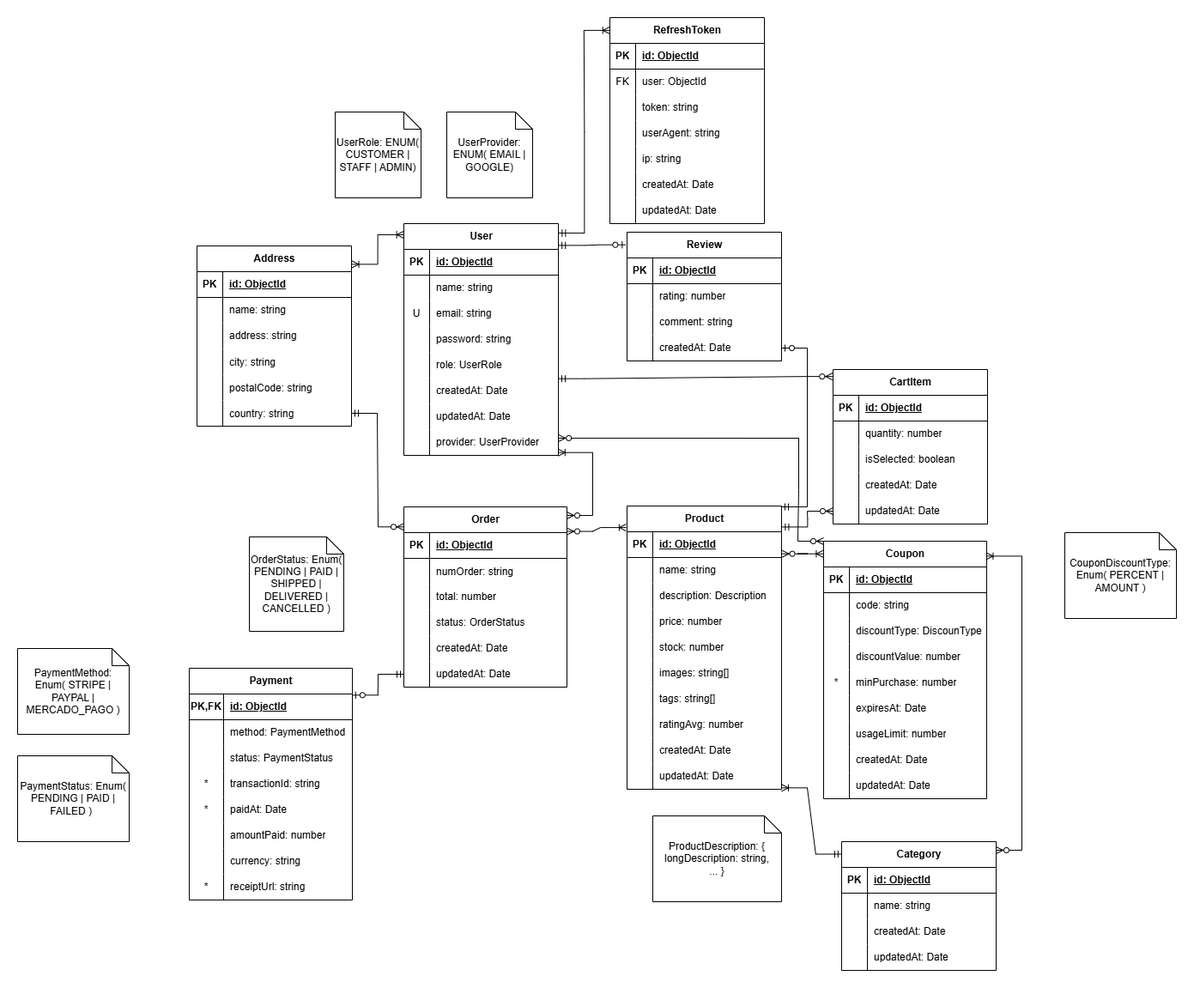
The draw.io diagram resources/diagram-db.png in angelchavez19/puzzle-shop, before a commit. Source tidied: cells renumbered, new cells last; positions are measured from the earlier drawing's top-left corner, leaving out a move shared by most shapes.
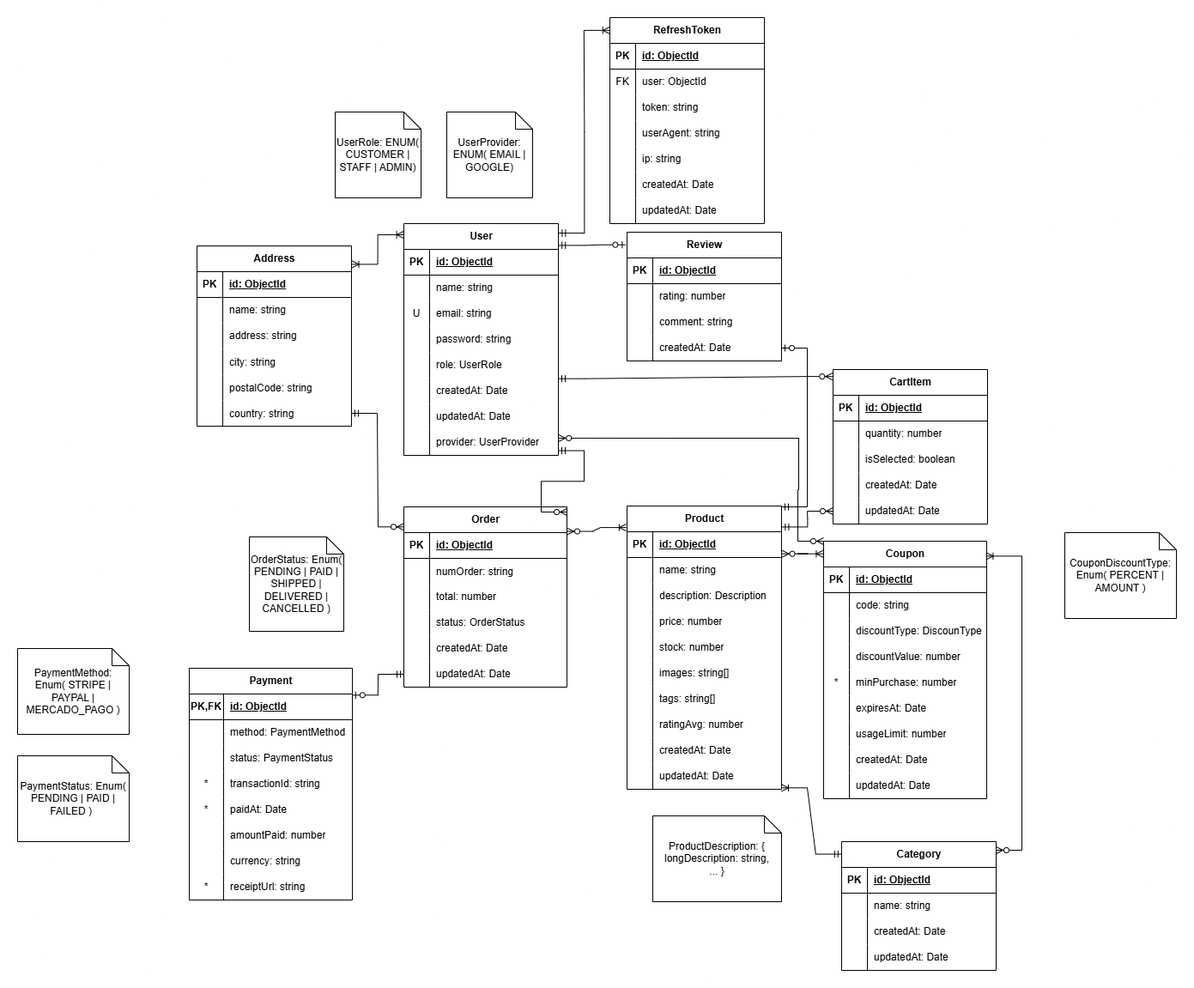
The same file after the commit.

Diff of the diagram source:
```diff
@@ -533,11 +533,6 @@
     <mxCell id="178" style="edgeStyle=entityRelationEdgeStyle;fontSize=12;html=1;endArrow=ERoneToMany;startArrow=ERzeroToMany;rounded=0;exitX=1;exitY=0.136;exitDx=0;exitDy=0;exitPerimeter=0;entryX=-0.006;entryY=0.076;entryDx=0;entryDy=0;entryPerimeter=0;" parent="1" edge="1" source="153" target="68">
       <mxGeometry relative="1" as="geometry" />
     </mxCell>
-    <mxCell id="179" style="edgeStyle=entityRelationEdgeStyle;fontSize=12;html=1;endArrow=ERoneToMany;startArrow=ERzeroToMany;rounded=0;entryX=0.999;entryY=0.89;entryDx=0;entryDy=0;entryPerimeter=0;" parent="1" edge="1" target="43">
-      <mxGeometry relative="1" as="geometry">
-        <mxPoint x="640" y="580" as="sourcePoint" />
-      </mxGeometry>
-    </mxCell>
     <mxCell id="180" style="edgeStyle=entityRelationEdgeStyle;fontSize=12;html=1;endArrow=ERoneToMany;startArrow=ERmandOne;rounded=0;entryX=1;entryY=0.944;entryDx=0;entryDy=0;entryPerimeter=0;exitX=-0.001;exitY=0.097;exitDx=0;exitDy=0;exitPerimeter=0;" parent="1" edge="1" source="140" target="96">
       <mxGeometry relative="1" as="geometry">
         <Array as="points">
@@ -719,5 +714,21 @@
     <mxCell id="234" value="PaymentStatus: Enum( PENDING | PAID | FAILED )&lt;span style=&quot;white-space: pre;&quot;&gt;&#9;&lt;/span&gt;" style="shape=note;size=20;whiteSpace=wrap;html=1;" parent="1" vertex="1">
       <mxGeometry y="860" width="130" height="100" as="geometry" />
     </mxCell>
+    <mxCell id="235" style="edgeStyle=entityRelationEdgeStyle;fontSize=12;html=1;endArrow=ERzeroToMany;startArrow=ERmandOne;rounded=0;exitX=1;exitY=0.817;exitDx=0;exitDy=0;exitPerimeter=0;" parent="1" edge="1" source="43">
+      <mxGeometry relative="1" as="geometry">
+        <mxPoint x="640" y="576" as="targetPoint" />
+        <Array as="points">
+          <mxPoint x="670" y="560" />
+          <mxPoint x="690" y="520" />
+          <mxPoint x="650" y="580" />
+          <mxPoint x="660" y="560" />
+          <mxPoint x="690" y="530" />
+          <mxPoint x="690" y="560" />
+          <mxPoint x="690" y="520" />
+          <mxPoint x="680" y="550" />
+          <mxPoint x="640" y="540" />
+        </Array>
+      </mxGeometry>
+    </mxCell>
   </root>
 </mxGraphModel>
```
